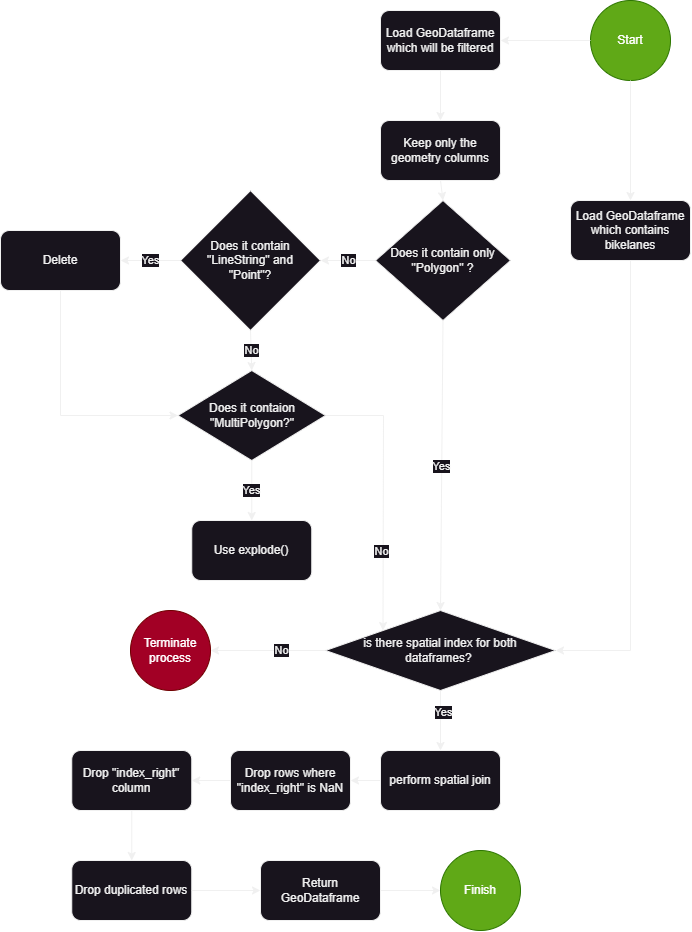
This is flowcharts/Area Cleaner.drawio.png from csipapicsa/geospatial_ds-project-FORK, a draw.io export, as it was before one commit. Source tidied: cells renumbered, new cells last; positions are measured from the earlier drawing's top-left corner, leaving out a move shared by most shapes. Source of this version:
```xml
<mxGraphModel>
  <root>
    <mxCell id="0" />
    <mxCell id="1" parent="0" />
    <mxCell id="2" value="Load GeoDataframe which will be filtered" style="rounded=1;whiteSpace=wrap;html=1;" parent="1" vertex="1">
      <mxGeometry x="380" y="10" width="120" height="60" as="geometry" />
    </mxCell>
    <mxCell id="3" style="endArrow=classic;html=1;rounded=0;exitX=0.5;exitY=1;exitDx=0;exitDy=0;" parent="1" edge="1" source="2">
      <mxGeometry relative="1" as="geometry">
        <mxPoint x="440" y="120" as="targetPoint" />
      </mxGeometry>
    </mxCell>
    <mxCell id="4" value="Keep only the geometry columns" style="rounded=1;whiteSpace=wrap;html=1;" parent="1" vertex="1">
      <mxGeometry x="380" y="120" width="120" height="60" as="geometry" />
    </mxCell>
    <mxCell id="5" style="endArrow=classic;html=1;rounded=0;exitX=0.5;exitY=1;exitDx=0;exitDy=0;entryX=0.5;entryY=0;entryDx=0;entryDy=0;" parent="1" edge="1" source="4" target="6">
      <mxGeometry relative="1" as="geometry" />
    </mxCell>
    <mxCell id="6" value="Does it contain only &quot;Polygon&quot; ?" style="rhombus;whiteSpace=wrap;html=1;spacingTop=0;spacing=10;" parent="1" vertex="1">
      <mxGeometry x="375" y="200" width="135" height="120" as="geometry" />
    </mxCell>
    <mxCell id="7" value="No" style="endArrow=classic;html=1;rounded=0;exitX=0;exitY=0.5;exitDx=0;exitDy=0;entryX=1;entryY=0.5;entryDx=0;entryDy=0;" parent="1" edge="1" source="6" target="9">
      <mxGeometry relative="1" as="geometry" />
    </mxCell>
    <mxCell id="8" value="Yes" style="endArrow=classic;html=1;rounded=0;exitX=0.5;exitY=1;exitDx=0;exitDy=0;entryX=0.5;entryY=0;entryDx=0;entryDy=0;" parent="1" edge="1" source="6" target="19">
      <mxGeometry relative="1" as="geometry" />
    </mxCell>
    <mxCell id="9" value="Does it contain &quot;LineString&quot; and &quot;Point&quot;?" style="rhombus;whiteSpace=wrap;html=1;spacingTop=0;spacingLeft=0;spacing=10;" parent="1" vertex="1">
      <mxGeometry x="180" y="190" width="140" height="140" as="geometry" />
    </mxCell>
    <mxCell id="10" value="Yes" style="endArrow=classic;html=1;rounded=0;exitX=0;exitY=0.5;exitDx=0;exitDy=0;entryX=1;entryY=0.5;entryDx=0;entryDy=0;" parent="1" edge="1" source="9" target="11">
      <mxGeometry relative="1" as="geometry" />
    </mxCell>
    <mxCell id="11" value="Delete" style="rounded=1;whiteSpace=wrap;html=1;" parent="1" vertex="1">
      <mxGeometry y="230" width="120" height="60" as="geometry" />
    </mxCell>
    <mxCell id="12" value="No" style="endArrow=classic;html=1;rounded=0;exitX=0.5;exitY=1;exitDx=0;exitDy=0;entryX=0.5;entryY=0;entryDx=0;entryDy=0;" parent="1" edge="1" source="9" target="13">
      <mxGeometry relative="1" as="geometry" />
    </mxCell>
    <mxCell id="13" value="Does it contaion &quot;MultiPolygon?&quot;" style="rhombus;whiteSpace=wrap;html=1;spacingTop=0;spacing=10;" parent="1" vertex="1">
      <mxGeometry x="177.5" y="370" width="147.5" height="90" as="geometry" />
    </mxCell>
    <mxCell id="14" style="endArrow=classic;html=1;rounded=0;exitX=0.5;exitY=1;exitDx=0;exitDy=0;entryX=0;entryY=0.5;entryDx=0;entryDy=0;" parent="1" edge="1" source="11" target="13">
      <mxGeometry relative="1" as="geometry">
        <Array as="points">
          <mxPoint x="60" y="415" />
        </Array>
      </mxGeometry>
    </mxCell>
    <mxCell id="15" value="Yes" style="endArrow=classic;html=1;rounded=0;exitX=0.5;exitY=1;exitDx=0;exitDy=0;entryX=0.5;entryY=0;entryDx=0;entryDy=0;" parent="1" edge="1" source="13" target="16">
      <mxGeometry relative="1" as="geometry" />
    </mxCell>
    <mxCell id="16" value="Use explode()" style="rounded=1;whiteSpace=wrap;html=1;" parent="1" vertex="1">
      <mxGeometry x="191.2" y="520" width="120" height="60" as="geometry" />
    </mxCell>
    <mxCell id="17" style="endArrow=classic;html=1;rounded=0;exitX=1;exitY=0.5;exitDx=0;exitDy=0;entryX=0;entryY=0;entryDx=0;entryDy=0;" parent="1" edge="1" source="13" target="19">
      <mxGeometry relative="1" as="geometry">
        <Array as="points">
          <mxPoint x="383" y="415" />
        </Array>
      </mxGeometry>
    </mxCell>
    <mxCell id="18" value="No" style="edgeLabel;html=1;align=center;verticalAlign=middle;" parent="17" vertex="1">
      <mxGeometry x="0.42" y="-2" relative="1" as="geometry">
        <mxPoint y="-1" as="offset" />
      </mxGeometry>
    </mxCell>
    <mxCell id="19" value="is there spatial index for both dataframes?&amp;nbsp;" style="rhombus;whiteSpace=wrap;html=1;spacing=10;" parent="1" vertex="1">
      <mxGeometry x="325" y="610" width="230" height="80" as="geometry" />
    </mxCell>
    <mxCell id="20" value="Load GeoDataframe which contains bikelanes" style="rounded=1;whiteSpace=wrap;html=1;" parent="1" vertex="1">
      <mxGeometry x="570" y="200" width="120" height="60" as="geometry" />
    </mxCell>
    <mxCell id="21" style="endArrow=classic;html=1;rounded=0;exitX=0.5;exitY=1;exitDx=0;exitDy=0;entryX=1;entryY=0.5;entryDx=0;entryDy=0;" parent="1" edge="1" source="20" target="19">
      <mxGeometry relative="1" as="geometry">
        <Array as="points">
          <mxPoint x="630" y="650" />
        </Array>
      </mxGeometry>
    </mxCell>
    <mxCell id="22" style="endArrow=classic;html=1;rounded=0;exitX=0.5;exitY=1;exitDx=0;exitDy=0;" parent="1" edge="1" source="19">
      <mxGeometry relative="1" as="geometry">
        <mxPoint x="440" y="750" as="targetPoint" />
      </mxGeometry>
    </mxCell>
    <mxCell id="23" value="Yes" style="edgeLabel;html=1;align=center;verticalAlign=middle;" parent="22" vertex="1">
      <mxGeometry x="-0.3" y="2" relative="1" as="geometry" />
    </mxCell>
    <mxCell id="24" style="endArrow=classic;html=1;rounded=0;exitX=0;exitY=0.5;exitDx=0;exitDy=0;" parent="1" edge="1" source="19">
      <mxGeometry relative="1" as="geometry">
        <mxPoint x="210" y="650" as="targetPoint" />
      </mxGeometry>
    </mxCell>
    <mxCell id="25" value="No" style="edgeLabel;html=1;align=center;verticalAlign=middle;" parent="24" vertex="1">
      <mxGeometry x="-0.22" y="-1" relative="1" as="geometry" />
    </mxCell>
    <mxCell id="26" value="Terminate process" style="ellipse;whiteSpace=wrap;html=1;fillColor=#a20025;fontColor=#ffffff;strokeColor=#6F0000;" parent="1" vertex="1">
      <mxGeometry x="130" y="610" width="80" height="80" as="geometry" />
    </mxCell>
    <mxCell id="27" value="perform spatial join" style="rounded=1;whiteSpace=wrap;html=1;" parent="1" vertex="1">
      <mxGeometry x="380" y="750" width="120" height="60" as="geometry" />
    </mxCell>
    <mxCell id="28" style="endArrow=classic;html=1;rounded=0;exitX=0;exitY=0.5;exitDx=0;exitDy=0;" parent="1" edge="1" source="27" target="29">
      <mxGeometry relative="1" as="geometry" />
    </mxCell>
    <mxCell id="29" value="Drop rows where &quot;index_right&quot; is NaN" style="rounded=1;whiteSpace=wrap;html=1;" parent="1" vertex="1">
      <mxGeometry x="230" y="750" width="120" height="60" as="geometry" />
    </mxCell>
    <mxCell id="30" value="Drop &quot;index_right&quot; column" style="rounded=1;whiteSpace=wrap;html=1;" parent="1" vertex="1">
      <mxGeometry x="71.2" y="750" width="120" height="60" as="geometry" />
    </mxCell>
    <mxCell id="31" style="endArrow=classic;html=1;rounded=0;exitX=0;exitY=0.5;exitDx=0;exitDy=0;entryX=1;entryY=0.5;entryDx=0;entryDy=0;" parent="1" edge="1" source="29" target="30">
      <mxGeometry relative="1" as="geometry" />
    </mxCell>
    <mxCell id="32" style="endArrow=classic;html=1;rounded=0;exitX=0.5;exitY=1;exitDx=0;exitDy=0;entryX=0.5;entryY=0;entryDx=0;entryDy=0;entryPerimeter=0;" parent="1" edge="1" source="30" target="33">
      <mxGeometry relative="1" as="geometry" />
    </mxCell>
    <mxCell id="33" value="Drop duplicated rows" style="rounded=1;whiteSpace=wrap;html=1;" parent="1" vertex="1">
      <mxGeometry x="71.2" y="860" width="120" height="60" as="geometry" />
    </mxCell>
    <mxCell id="34" value="Finish" style="ellipse;whiteSpace=wrap;html=1;fillColor=#60a917;fontColor=#ffffff;strokeColor=#2D7600;" parent="1" vertex="1">
      <mxGeometry x="440" y="850" width="80" height="80" as="geometry" />
    </mxCell>
    <mxCell id="35" style="endArrow=classic;html=1;rounded=0;exitX=1;exitY=0.5;exitDx=0;exitDy=0;entryX=0;entryY=0.5;entryDx=0;entryDy=0;" parent="1" edge="1" source="33" target="36">
      <mxGeometry relative="1" as="geometry" />
    </mxCell>
    <mxCell id="36" value="Return GeoDataframe" style="rounded=1;whiteSpace=wrap;html=1;" parent="1" vertex="1">
      <mxGeometry x="260" y="860" width="120" height="60" as="geometry" />
    </mxCell>
    <mxCell id="37" style="endArrow=classic;html=1;rounded=0;entryX=0;entryY=0.5;entryDx=0;entryDy=0;exitX=1;exitY=0.5;exitDx=0;exitDy=0;" parent="1" edge="1" source="36" target="34">
      <mxGeometry relative="1" as="geometry" />
    </mxCell>
    <mxCell id="38" value="Start" style="ellipse;whiteSpace=wrap;html=1;fillColor=#60a917;fontColor=#ffffff;strokeColor=#2D7600;" parent="1" vertex="1">
      <mxGeometry x="590" width="80" height="80" as="geometry" />
    </mxCell>
    <mxCell id="39" style="endArrow=classic;html=1;rounded=0;entryX=1;entryY=0.5;entryDx=0;entryDy=0;exitX=0;exitY=0.5;exitDx=0;exitDy=0;" parent="1" edge="1" source="38" target="2">
      <mxGeometry relative="1" as="geometry" />
    </mxCell>
    <mxCell id="40" style="endArrow=classic;html=1;rounded=0;entryX=0.5;entryY=0;entryDx=0;entryDy=0;exitX=0.5;exitY=1;exitDx=0;exitDy=0;" parent="1" edge="1" source="38" target="20">
      <mxGeometry relative="1" as="geometry" />
    </mxCell>
  </root>
</mxGraphModel>
```
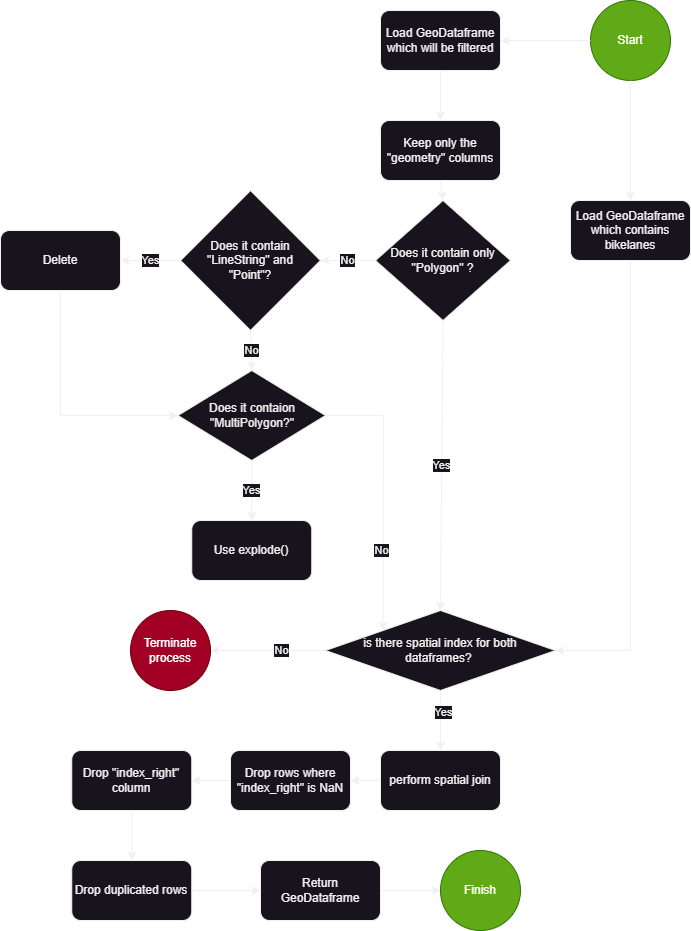
After the change.

The edit, as a diff of the source:
```diff
@@ -10,7 +10,7 @@
         <mxPoint x="440" y="120" as="targetPoint" />
       </mxGeometry>
     </mxCell>
-    <mxCell id="4" value="Keep only the geometry columns" style="rounded=1;whiteSpace=wrap;html=1;" parent="1" vertex="1">
+    <mxCell id="4" value="Keep only the &quot;geometry&quot; columns" style="rounded=1;whiteSpace=wrap;html=1;" parent="1" vertex="1">
       <mxGeometry x="380" y="120" width="120" height="60" as="geometry" />
     </mxCell>
     <mxCell id="5" style="endArrow=classic;html=1;rounded=0;exitX=0.5;exitY=1;exitDx=0;exitDy=0;entryX=0.5;entryY=0;entryDx=0;entryDy=0;" parent="1" edge="1" source="4" target="6">
```
